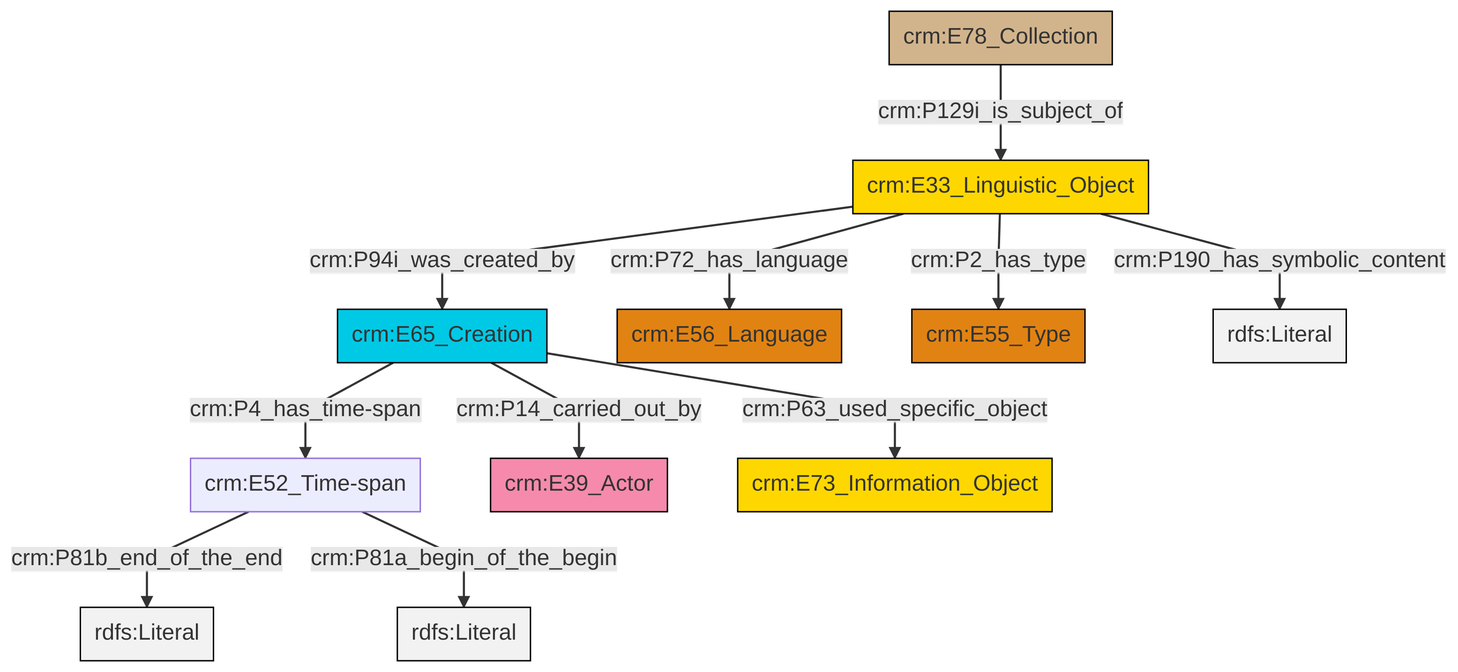
Above: et/archivalCSV/ttl/mmd/png/archival_desc.png in swiss-art-research-net/docs.swissartresearch (Mermaid), before the change. Its source is kept beside it as et/archivalCSV/ttl/mmd/archival_desc.ttl.mmd.
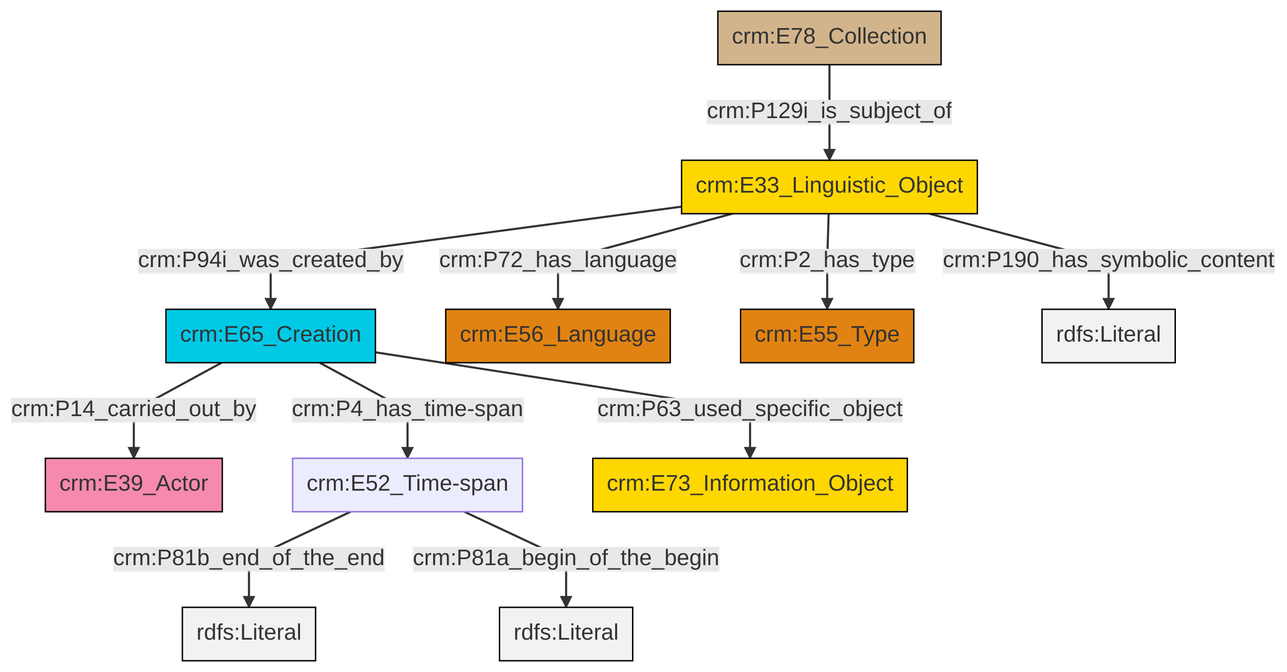
After the commit.

The edit, as a diff of the source:
```diff
@@ -13,13 +13,13 @@
 classDef PC_Classes fill:#4ce600, stroke:#000000;
 classDef Multi fill:#cccccc,stroke:#000000;
 
-4["crm:E33_Linguistic_Object"]:::Conceptual_Object -->|crm:P94i_was_created_by| 0["crm:E65_Creation"]:::Temporal_Entity
-0["crm:E65_Creation"]:::Temporal_Entity -->|crm:P14_carried_out_by| 5["crm:E39_Actor"]:::Actor
-4["crm:E33_Linguistic_Object"]:::Conceptual_Object -->|crm:P72_has_language| 6["crm:E56_Language"]:::Type
-9["crm:E78_Collection"]:::Physical_Thing -->|crm:P129i_is_subject_of| 4["crm:E33_Linguistic_Object"]:::Conceptual_Object
-2["crm:E52_Time-span"]:::Default -->|crm:P81b_end_of_the_end| 10[rdfs:Literal]:::Literal
-0["crm:E65_Creation"]:::Temporal_Entity -->|crm:P4_has_time-span| 2["crm:E52_Time-span"]:::Default
-4["crm:E33_Linguistic_Object"]:::Conceptual_Object -->|crm:P2_has_type| 11["crm:E55_Type"]:::Type
-0["crm:E65_Creation"]:::Temporal_Entity -->|crm:P63_used_specific_object| 7["crm:E73_Information_Object"]:::Conceptual_Object
-4["crm:E33_Linguistic_Object"]:::Conceptual_Object -->|crm:P190_has_symbolic_content| 15[rdfs:Literal]:::Literal
-2["crm:E52_Time-span"]:::Default -->|crm:P81a_begin_of_the_begin| 17[rdfs:Literal]:::Literal
+4["crm:E65_Creation"]:::Temporal_Entity -->|crm:P14_carried_out_by| 2["crm:E39_Actor"]:::Actor
+4["crm:E65_Creation"]:::Temporal_Entity -->|crm:P4_has_time-span| 7["crm:E52_Time-span"]:::Default
+8["crm:E33_Linguistic_Object"]:::Conceptual_Object -->|crm:P94i_was_created_by| 4["crm:E65_Creation"]:::Temporal_Entity
+8["crm:E33_Linguistic_Object"]:::Conceptual_Object -->|crm:P72_has_language| 5["crm:E56_Language"]:::Type
+7["crm:E52_Time-span"]:::Default -->|crm:P81b_end_of_the_end| 10[rdfs:Literal]:::Literal
+7["crm:E52_Time-span"]:::Default -->|crm:P81a_begin_of_the_begin| 11[rdfs:Literal]:::Literal
+0["crm:E78_Collection"]:::Physical_Thing -->|crm:P129i_is_subject_of| 8["crm:E33_Linguistic_Object"]:::Conceptual_Object
+8["crm:E33_Linguistic_Object"]:::Conceptual_Object -->|crm:P2_has_type| 12["crm:E55_Type"]:::Type
+8["crm:E33_Linguistic_Object"]:::Conceptual_Object -->|crm:P190_has_symbolic_content| 14[rdfs:Literal]:::Literal
+4["crm:E65_Creation"]:::Temporal_Entity -->|crm:P63_used_specific_object| 16["crm:E73_Information_Object"]:::Conceptual_Object
```
